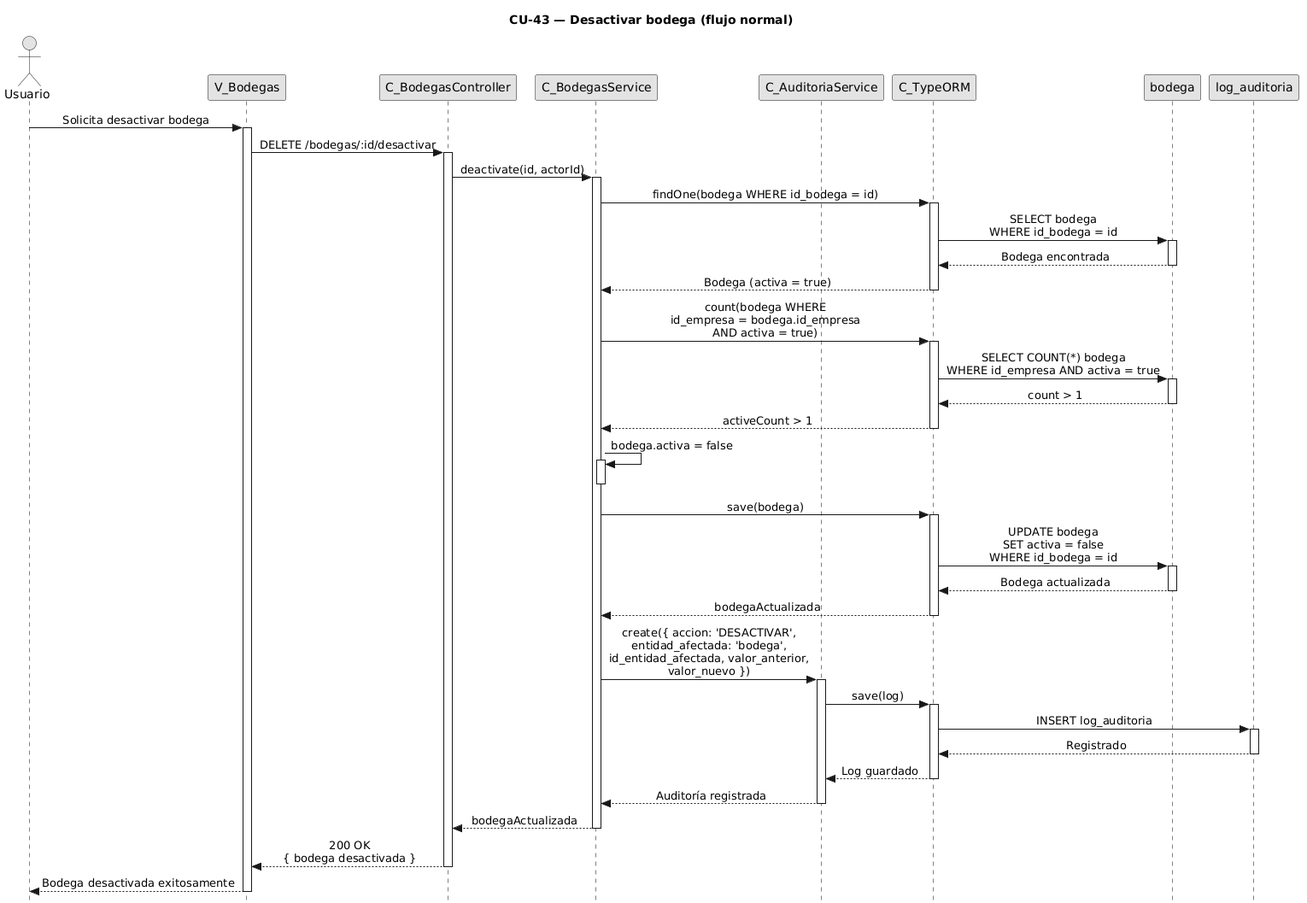
The PlantUML diagram diagramas/diagramas-secuencia/CU43/CU43-normal.png in FSM-Finet-y-Cable-Magico/Team_1-Inventario-y-Bodega, before a commit. Source of this version:
```plantuml
@startuml
title CU-43 — Desactivar bodega (flujo normal)

skinparam style strictuml
skinparam monochrome true
skinparam shadowing false
skinparam sequenceMessageAlign center
skinparam sequence {
  MessageAlign center
  LifeLineBorderColor black
}
hide footbox

actor "Usuario" as user
participant "V_Bodegas" as view
participant "C_BodegasController" as ctrl
participant "C_BodegasService" as svc
participant "C_AuditoriaService" as aud
participant "C_TypeORM" as orm
participant "bodega" as bent
participant "log_auditoria" as aent

user -> view : Solicita desactivar bodega
activate view

view -> ctrl : DELETE /bodegas/:id/desactivar
activate ctrl

ctrl -> svc : deactivate(id, actorId)
activate svc

svc -> orm : findOne(bodega WHERE id_bodega = id)
activate orm

orm -> bent : SELECT bodega\nWHERE id_bodega = id
activate bent
bent --> orm : Bodega encontrada
deactivate bent

orm --> svc : Bodega (activa = true)
deactivate orm

svc -> orm : count(bodega WHERE\nid_empresa = bodega.id_empresa\nAND activa = true)
activate orm

orm -> bent : SELECT COUNT(*) bodega\nWHERE id_empresa AND activa = true
activate bent
bent --> orm : count > 1
deactivate bent

orm --> svc : activeCount > 1
deactivate orm

svc -> svc : bodega.activa = false
activate svc
deactivate svc

svc -> orm : save(bodega)
activate orm

orm -> bent : UPDATE bodega\nSET activa = false\nWHERE id_bodega = id
activate bent
bent --> orm : Bodega actualizada
deactivate bent

orm --> svc : bodegaActualizada
deactivate orm

svc -> aud : create({ accion: 'DESACTIVAR',\nentidad_afectada: 'bodega',\nid_entidad_afectada, valor_anterior,\nvalor_nuevo })
activate aud

aud -> orm : save(log)
activate orm

orm -> aent : INSERT log_auditoria
activate aent
aent --> orm : Registrado
deactivate aent

orm --> aud : Log guardado
deactivate orm

aud --> svc : Auditoría registrada
deactivate aud

svc --> ctrl : bodegaActualizada
deactivate svc

ctrl --> view : 200 OK\n{ bodega desactivada }
deactivate ctrl

view --> user : Bodega desactivada exitosamente
deactivate view
@enduml
```
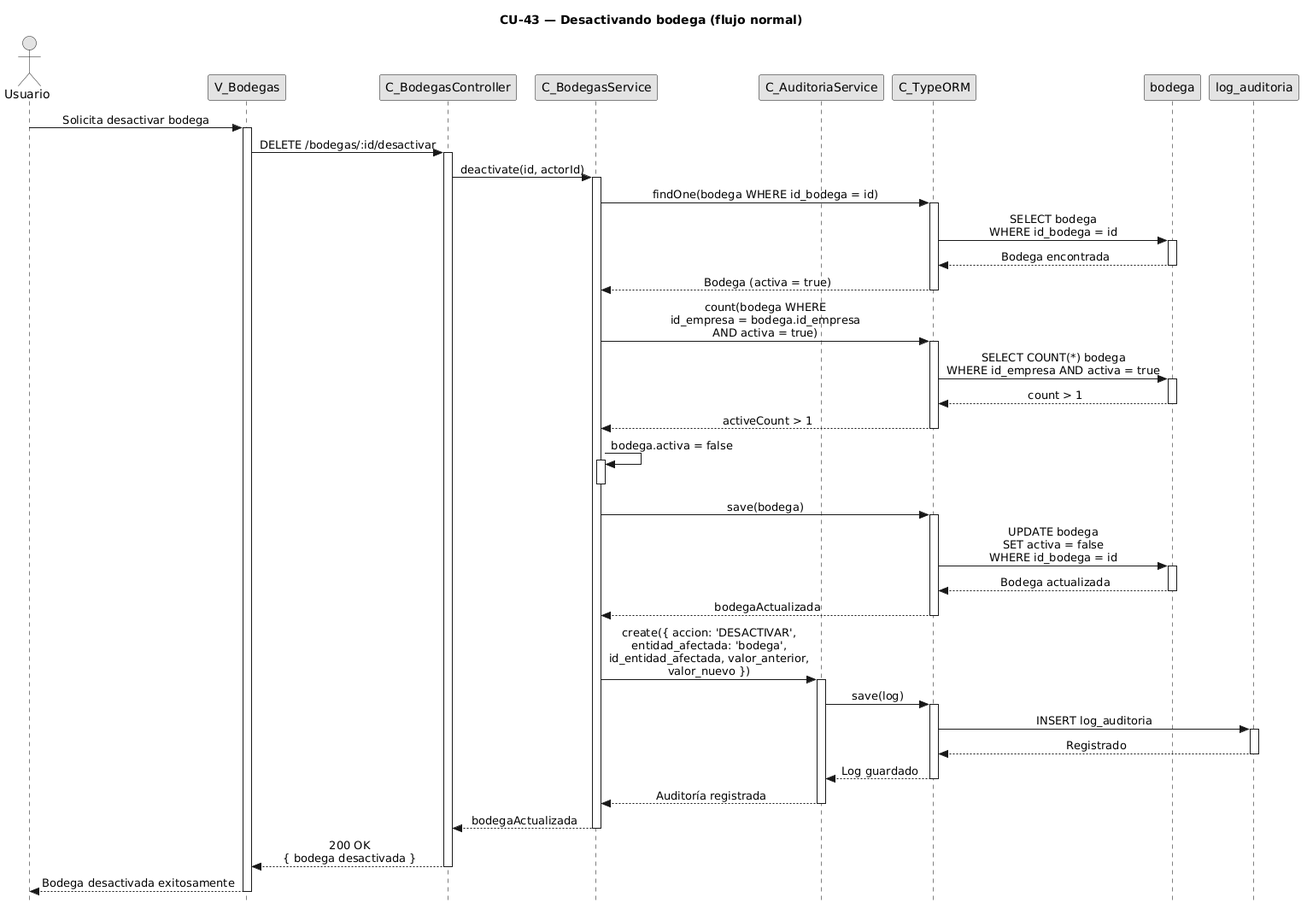
After the commit.

What changed in the source:
```diff
@@ -1,5 +1,5 @@
-@startuml
-title CU-43 — Desactivar bodega (flujo normal)
+@startuml CU43-normal
+title CU-43 — Desactivando bodega (flujo normal)
 
 skinparam style strictuml
 skinparam monochrome true
@@ -91,4 +91,5 @@
 
 view --> user : Bodega desactivada exitosamente
 deactivate view
+
 @enduml
```
